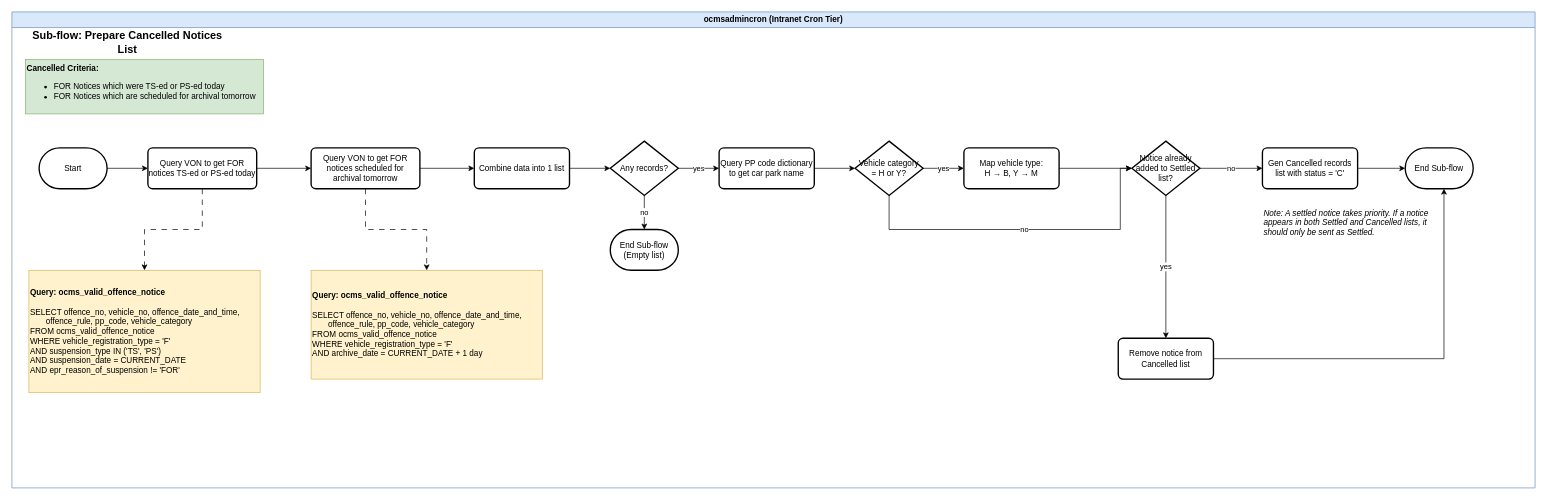
The draw.io diagram page "4_Cancelled_Notices" (4 of 10) of OCMS 14/Section 2/OCMS14-Technical_Flowchart_Section_2.drawio in rafifmgg/techdoc, before the edit. Source tidied: cells renumbered, new cells numbered last; positions are measured from the earlier drawing's top-left corner, leaving out a move shared by most shapes. Both pictures are drawn from the tidied source at 68%, with x=0, y=0 at pixel (12, 12).
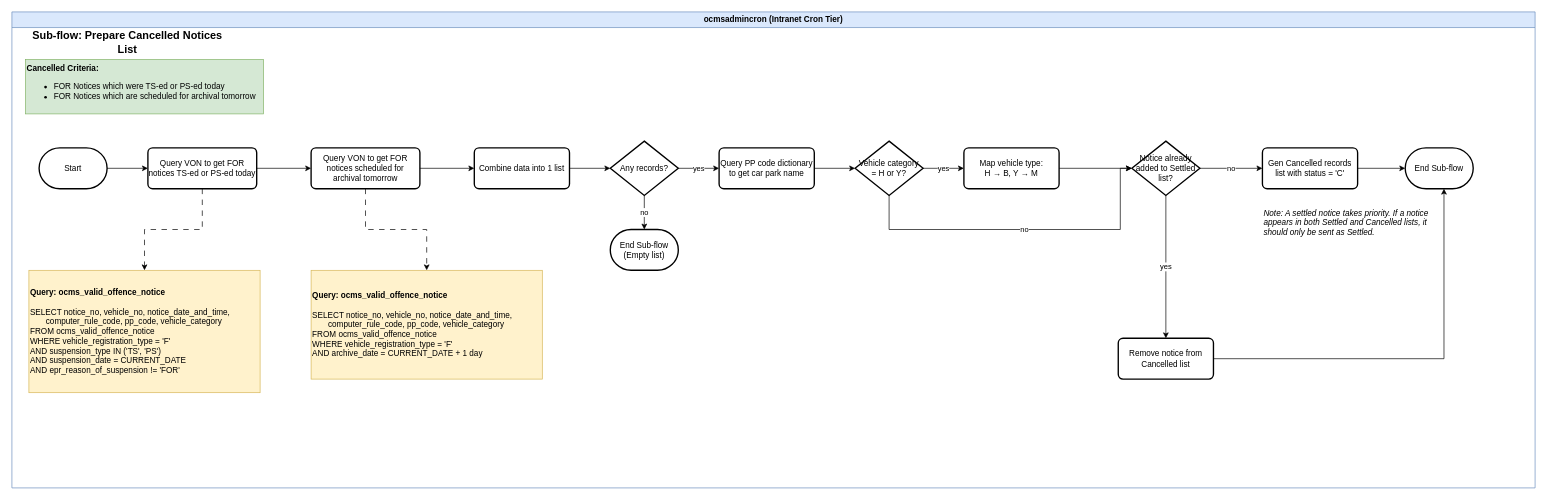
Above is the later version.

The change refers to these unchanged cells:
```xml
<mxCell id="2" value="ocmsadmincron (Intranet Cron Tier)" style="swimlane;whiteSpace=wrap;html=1;fillColor=#dae8fc;strokeColor=#6c8ebf;" parent="1" vertex="1">
  <mxGeometry width="2240" height="700" as="geometry" />
</mxCell>
```

Diff of the diagram source:
```diff
@@
-    <mxCell id="8" value="&lt;b&gt;Query: ocms_valid_offence_notice&lt;/b&gt;&lt;div&gt;&lt;br&gt;&lt;/div&gt;&lt;div&gt;SELECT offence_no, vehicle_no, offence_date_and_time,&lt;/div&gt;&lt;div&gt;&amp;nbsp; &amp;nbsp; &amp;nbsp; &amp;nbsp;offence_rule, pp_code, vehicle_category&lt;/div&gt;&lt;div&gt;FROM ocms_valid_offence_notice&lt;/div&gt;&lt;div&gt;WHERE vehicle_registration_type = 'F'&lt;/div&gt;&lt;div&gt;AND suspension_type IN ('TS', 'PS')&lt;/div&gt;&lt;div&gt;AND suspension_date = CURRENT_DATE&lt;/div&gt;&lt;div&gt;AND epr_reason_of_suspension != 'FOR'&lt;/div&gt;" style="text;html=1;whiteSpace=wrap;strokeColor=#d6b656;fillColor=#fff2cc;align=left;verticalAlign=middle;rounded=0;" parent="2" vertex="1">
+    <mxCell id="8" value="&lt;b&gt;Query: ocms_valid_offence_notice&lt;/b&gt;&lt;div&gt;&lt;br&gt;&lt;/div&gt;&lt;div&gt;SELECT notice_no, vehicle_no, notice_date_and_time,&lt;/div&gt;&lt;div&gt;&amp;nbsp; &amp;nbsp; &amp;nbsp; &amp;nbsp;computer_rule_code, pp_code, vehicle_category&lt;/div&gt;&lt;div&gt;FROM ocms_valid_offence_notice&lt;/div&gt;&lt;div&gt;WHERE vehicle_registration_type = 'F'&lt;/div&gt;&lt;div&gt;AND suspension_type IN ('TS', 'PS')&lt;/div&gt;&lt;div&gt;AND suspension_date = CURRENT_DATE&lt;/div&gt;&lt;div&gt;AND epr_reason_of_suspension != 'FOR'&lt;/div&gt;" style="text;html=1;whiteSpace=wrap;strokeColor=#d6b656;fillColor=#fff2cc;align=left;verticalAlign=middle;rounded=0;" parent="2" vertex="1">
       <mxGeometry x="25" y="380" width="340" height="180" as="geometry" />
     </mxCell>
@@
-    <mxCell id="12" value="&lt;b&gt;Query: ocms_valid_offence_notice&lt;/b&gt;&lt;div&gt;&lt;br&gt;&lt;/div&gt;&lt;div&gt;SELECT offence_no, vehicle_no, offence_date_and_time,&lt;/div&gt;&lt;div&gt;&amp;nbsp; &amp;nbsp; &amp;nbsp; &amp;nbsp;offence_rule, pp_code, vehicle_category&lt;/div&gt;&lt;div&gt;FROM ocms_valid_offence_notice&lt;/div&gt;&lt;div&gt;WHERE vehicle_registration_type = 'F'&lt;/div&gt;&lt;div&gt;AND archive_date = CURRENT_DATE + 1 day&lt;/div&gt;" style="text;html=1;whiteSpace=wrap;strokeColor=#d6b656;fillColor=#fff2cc;align=left;verticalAlign=middle;rounded=0;" parent="2" vertex="1">
+    <mxCell id="12" value="&lt;b&gt;Query: ocms_valid_offence_notice&lt;/b&gt;&lt;div&gt;&lt;br&gt;&lt;/div&gt;&lt;div&gt;SELECT notice_no, vehicle_no, notice_date_and_time,&lt;/div&gt;&lt;div&gt;&amp;nbsp; &amp;nbsp; &amp;nbsp; &amp;nbsp;computer_rule_code, pp_code, vehicle_category&lt;/div&gt;&lt;div&gt;FROM ocms_valid_offence_notice&lt;/div&gt;&lt;div&gt;WHERE vehicle_registration_type = 'F'&lt;/div&gt;&lt;div&gt;AND archive_date = CURRENT_DATE + 1 day&lt;/div&gt;" style="text;html=1;whiteSpace=wrap;strokeColor=#d6b656;fillColor=#fff2cc;align=left;verticalAlign=middle;rounded=0;" parent="2" vertex="1">
       <mxGeometry x="440" y="380" width="340" height="160" as="geometry" />
     </mxCell>
```
